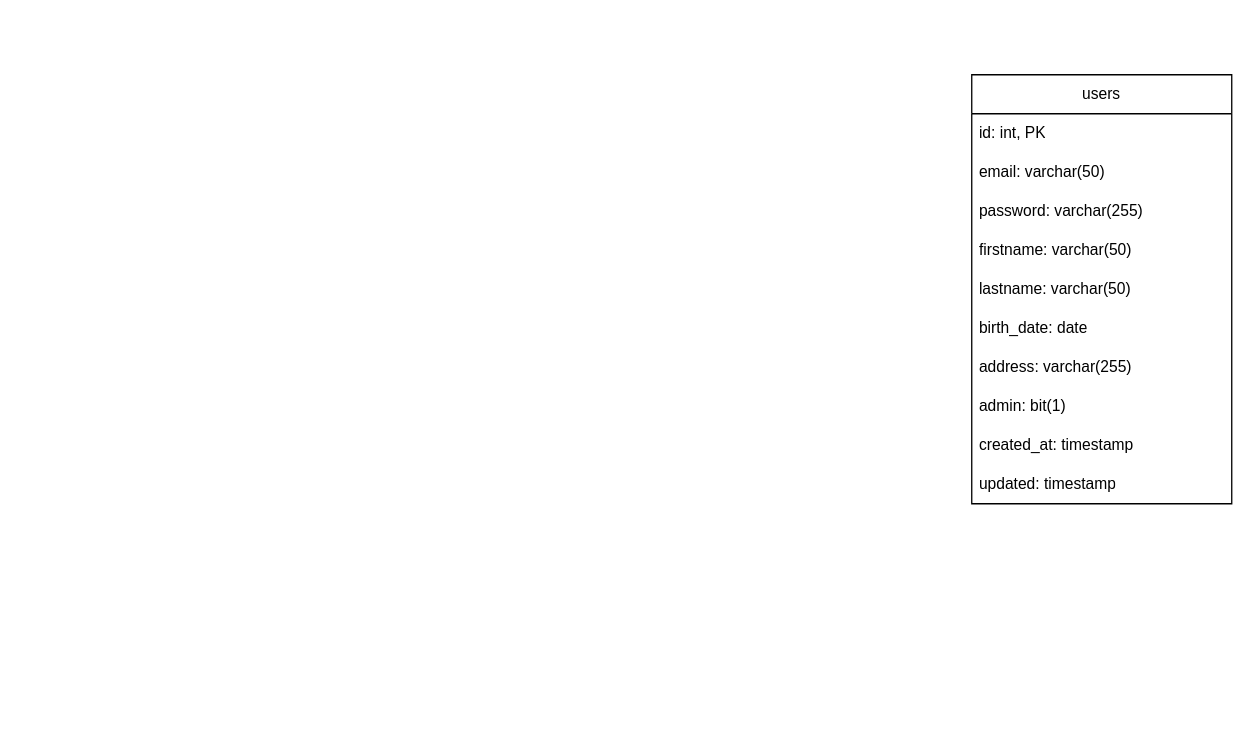
Earlier version of the draw.io diagram MS_Users_POC.drawio (TBERT31/P13-YourCarYourWay_MessageApp_JavaAngular). Source tidied: cells renumbered, new cells numbered last; positions are measured from the earlier drawing's top-left corner, leaving out a move shared by most shapes. Both pictures are drawn from the tidied source at 130%, with x=0, y=0 at pixel (971, 74).
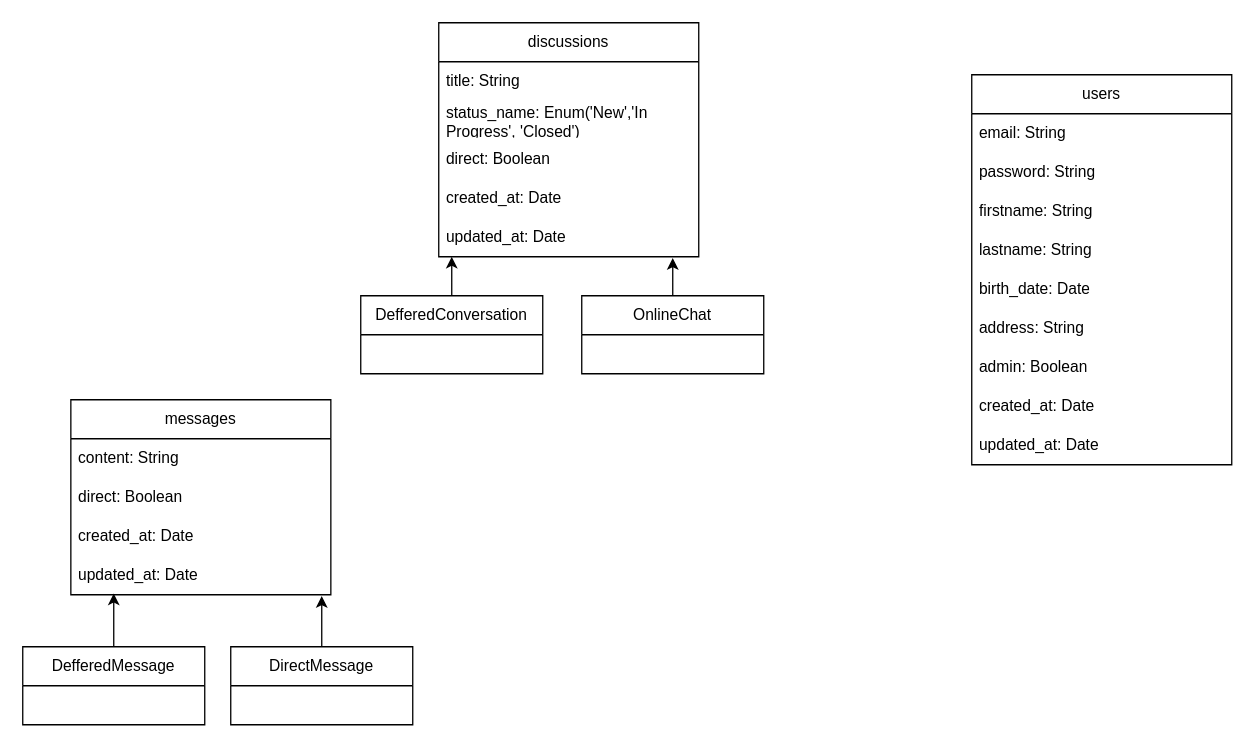
Above is the later version.

Commit message (it also covers changes not shown here):
Mettre à jour MS_Users_POC.drawio

Diff of the diagram source:
```diff
@@
     <mxCell id="2" value="users" style="swimlane;fontStyle=0;horizontal=1;startSize=30;whiteSpace=wrap;html=1;direction=east;" parent="1" vertex="1">
-      <mxGeometry width="200" height="330" as="geometry" />
+      <mxGeometry width="200" height="300" as="geometry" />
     </mxCell>
-    <mxCell id="3" value="id: int, PK" style="text;strokeColor=none;fillColor=none;align=left;verticalAlign=middle;spacingLeft=4;spacingRight=4;overflow=hidden;whiteSpace=wrap;html=1;" parent="2" vertex="1">
-      <mxGeometry y="30" width="200" height="30" as="geometry" />
-    </mxCell>
-    <mxCell id="4" value="email: varchar(50)" style="text;strokeColor=none;fillColor=none;align=left;verticalAlign=middle;spacingLeft=4;spacingRight=4;overflow=hidden;whiteSpace=wrap;html=1;" parent="2" vertex="1">
-      <mxGeometry y="60" width="200" height="30" as="geometry" />
+    <mxCell id="4" value="email: String" style="text;strokeColor=none;fillColor=none;align=left;verticalAlign=middle;spacingLeft=4;spacingRight=4;overflow=hidden;whiteSpace=wrap;html=1;" parent="2" vertex="1">
+      <mxGeometry y="30" width="200" height="30" as="geometry" />
     </mxCell>
-    <mxCell id="5" value="password: varchar(255)" style="text;strokeColor=none;fillColor=none;align=left;verticalAlign=middle;spacingLeft=4;spacingRight=4;overflow=hidden;whiteSpace=wrap;html=1;" parent="2" vertex="1">
-      <mxGeometry y="90" width="200" height="30" as="geometry" />
+    <mxCell id="5" value="password: String" style="text;strokeColor=none;fillColor=none;align=left;verticalAlign=middle;spacingLeft=4;spacingRight=4;overflow=hidden;whiteSpace=wrap;html=1;" parent="2" vertex="1">
+      <mxGeometry y="60" width="200" height="30" as="geometry" />
     </mxCell>
-    <mxCell id="6" value="firstname: varchar(50)" style="text;strokeColor=none;fillColor=none;align=left;verticalAlign=middle;spacingLeft=4;spacingRight=4;overflow=hidden;whiteSpace=wrap;html=1;" parent="2" vertex="1">
-      <mxGeometry y="120" width="200" height="30" as="geometry" />
+    <mxCell id="6" value="firstname: String" style="text;strokeColor=none;fillColor=none;align=left;verticalAlign=middle;spacingLeft=4;spacingRight=4;overflow=hidden;whiteSpace=wrap;html=1;" parent="2" vertex="1">
+      <mxGeometry y="90" width="200" height="30" as="geometry" />
     </mxCell>
-    <mxCell id="7" value="lastname: varchar(50)" style="text;strokeColor=none;fillColor=none;align=left;verticalAlign=middle;spacingLeft=4;spacingRight=4;overflow=hidden;whiteSpace=wrap;html=1;" parent="2" vertex="1">
-      <mxGeometry y="150" width="200" height="30" as="geometry" />
+    <mxCell id="7" value="lastname: String" style="text;strokeColor=none;fillColor=none;align=left;verticalAlign=middle;spacingLeft=4;spacingRight=4;overflow=hidden;whiteSpace=wrap;html=1;" parent="2" vertex="1">
+      <mxGeometry y="120" width="200" height="30" as="geometry" />
     </mxCell>
-    <mxCell id="8" value="birth_date: date" style="text;strokeColor=none;fillColor=none;align=left;verticalAlign=middle;spacingLeft=4;spacingRight=4;overflow=hidden;whiteSpace=wrap;html=1;" parent="2" vertex="1">
-      <mxGeometry y="180" width="200" height="30" as="geometry" />
+    <mxCell id="8" value="birth_date: Date" style="text;strokeColor=none;fillColor=none;align=left;verticalAlign=middle;spacingLeft=4;spacingRight=4;overflow=hidden;whiteSpace=wrap;html=1;" parent="2" vertex="1">
+      <mxGeometry y="150" width="200" height="30" as="geometry" />
     </mxCell>
-    <mxCell id="9" value="address: varchar(255)" style="text;strokeColor=none;fillColor=none;align=left;verticalAlign=middle;spacingLeft=4;spacingRight=4;overflow=hidden;whiteSpace=wrap;html=1;" parent="2" vertex="1">
-      <mxGeometry y="210" width="200" height="30" as="geometry" />
+    <mxCell id="9" value="address: String" style="text;strokeColor=none;fillColor=none;align=left;verticalAlign=middle;spacingLeft=4;spacingRight=4;overflow=hidden;whiteSpace=wrap;html=1;" parent="2" vertex="1">
+      <mxGeometry y="180" width="200" height="30" as="geometry" />
     </mxCell>
-    <mxCell id="10" value="admin: bit(1)" style="text;strokeColor=none;fillColor=none;align=left;verticalAlign=middle;spacingLeft=4;spacingRight=4;overflow=hidden;whiteSpace=wrap;html=1;" parent="2" vertex="1">
-      <mxGeometry y="240" width="200" height="30" as="geometry" />
+    <mxCell id="10" value="admin: Boolean" style="text;strokeColor=none;fillColor=none;align=left;verticalAlign=middle;spacingLeft=4;spacingRight=4;overflow=hidden;whiteSpace=wrap;html=1;" parent="2" vertex="1">
+      <mxGeometry y="210" width="200" height="30" as="geometry" />
     </mxCell>
-    <mxCell id="11" value="created_at: timestamp" style="text;strokeColor=none;fillColor=none;align=left;verticalAlign=middle;spacingLeft=4;spacingRight=4;overflow=hidden;whiteSpace=wrap;html=1;" parent="2" vertex="1">
-      <mxGeometry y="270" width="200" height="30" as="geometry" />
-    </mxCell>
-    <mxCell id="12" value="updated: timestamp" style="text;strokeColor=none;fillColor=none;align=left;verticalAlign=middle;spacingLeft=4;spacingRight=4;overflow=hidden;whiteSpace=wrap;html=1;" parent="2" vertex="1">
-      <mxGeometry y="300" width="200" height="30" as="geometry" />
-    </mxCell>
+    <mxCell id="13" value="created_at: Date" style="text;strokeColor=none;fillColor=none;align=left;verticalAlign=middle;spacingLeft=4;spacingRight=4;overflow=hidden;whiteSpace=wrap;html=1;" parent="2" vertex="1">
+      <mxGeometry y="240" width="200" height="30" as="geometry" />
+    </mxCell>
+    <mxCell id="14" value="updated_at: Date" style="text;strokeColor=none;fillColor=none;align=left;verticalAlign=middle;spacingLeft=4;spacingRight=4;overflow=hidden;whiteSpace=wrap;html=1;" parent="2" vertex="1">
+      <mxGeometry y="270" width="200" height="30" as="geometry" />
+    </mxCell>
+    <mxCell id="15" value="discussions" style="swimlane;fontStyle=0;horizontal=1;startSize=30;whiteSpace=wrap;html=1;direction=east;" parent="1" vertex="1">
+      <mxGeometry x="-410" y="-40" width="200" height="180" as="geometry" />
+    </mxCell>
+    <mxCell id="16" value="title: String" style="text;strokeColor=none;fillColor=none;align=left;verticalAlign=middle;spacingLeft=4;spacingRight=4;overflow=hidden;whiteSpace=wrap;html=1;" parent="15" vertex="1">
+      <mxGeometry y="30" width="200" height="30" as="geometry" />
+    </mxCell>
+    <mxCell id="17" value="status_name: Enum('New','In Progress', 'Closed')" style="text;strokeColor=none;fillColor=none;align=left;verticalAlign=middle;spacingLeft=4;spacingRight=4;overflow=hidden;whiteSpace=wrap;html=1;" parent="15" vertex="1">
+      <mxGeometry y="60" width="200" height="30" as="geometry" />
+    </mxCell>
+    <mxCell id="18" value="direct: Boolean" style="text;strokeColor=none;fillColor=none;align=left;verticalAlign=middle;spacingLeft=4;spacingRight=4;overflow=hidden;whiteSpace=wrap;html=1;" parent="15" vertex="1">
+      <mxGeometry y="90" width="200" height="30" as="geometry" />
+    </mxCell>
+    <mxCell id="19" value="created_at: Date" style="text;strokeColor=none;fillColor=none;align=left;verticalAlign=middle;spacingLeft=4;spacingRight=4;overflow=hidden;whiteSpace=wrap;html=1;" parent="15" vertex="1">
+      <mxGeometry y="120" width="200" height="30" as="geometry" />
+    </mxCell>
+    <mxCell id="20" value="updated_at: Date" style="text;strokeColor=none;fillColor=none;align=left;verticalAlign=middle;spacingLeft=4;spacingRight=4;overflow=hidden;points=[[0,0.5],[1,0.5]];portConstraint=eastwest;whiteSpace=wrap;html=1;" parent="15" vertex="1">
+      <mxGeometry y="150" width="200" height="30" as="geometry" />
+    </mxCell>
+    <mxCell id="21" value="messages" style="swimlane;fontStyle=0;horizontal=1;startSize=30;whiteSpace=wrap;html=1;direction=east;" parent="1" vertex="1">
+      <mxGeometry x="-693" y="250" width="200" height="150" as="geometry" />
+    </mxCell>
+    <mxCell id="22" value="content: String" style="text;strokeColor=none;fillColor=none;align=left;verticalAlign=middle;spacingLeft=4;spacingRight=4;overflow=hidden;whiteSpace=wrap;html=1;" parent="21" vertex="1">
+      <mxGeometry y="30" width="200" height="30" as="geometry" />
+    </mxCell>
+    <mxCell id="23" value="direct: Boolean" style="text;strokeColor=none;fillColor=none;align=left;verticalAlign=middle;spacingLeft=4;spacingRight=4;overflow=hidden;whiteSpace=wrap;html=1;" parent="21" vertex="1">
+      <mxGeometry y="60" width="200" height="30" as="geometry" />
+    </mxCell>
+    <mxCell id="24" value="created_at: Date" style="text;strokeColor=none;fillColor=none;align=left;verticalAlign=middle;spacingLeft=4;spacingRight=4;overflow=hidden;whiteSpace=wrap;html=1;" parent="21" vertex="1">
+      <mxGeometry y="90" width="200" height="30" as="geometry" />
+    </mxCell>
+    <mxCell id="25" value="updated_at: Date" style="text;strokeColor=none;fillColor=none;align=left;verticalAlign=middle;spacingLeft=4;spacingRight=4;overflow=hidden;points=[[0,0.5],[1,0.5]];portConstraint=eastwest;whiteSpace=wrap;html=1;" parent="21" vertex="1">
+      <mxGeometry y="120" width="200" height="30" as="geometry" />
+    </mxCell>
+    <mxCell id="26" value="DirectMessage" style="swimlane;fontStyle=0;horizontal=1;startSize=30;whiteSpace=wrap;html=1;" parent="1" vertex="1">
+      <mxGeometry x="-570" y="440" width="140" height="60" as="geometry" />
+    </mxCell>
+    <mxCell id="27" style="edgeStyle=orthogonalEdgeStyle;rounded=0;jettySize=auto;html=1;entryX=0.965;entryY=1.033;entryDx=0;entryDy=0;entryPerimeter=0;" parent="1" edge="1" source="26" target="25">
+      <mxGeometry relative="1" as="geometry" />
+    </mxCell>
+    <mxCell id="28" value="DefferedMessage" style="swimlane;fontStyle=0;horizontal=1;startSize=30;whiteSpace=wrap;html=1;" parent="1" vertex="1">
+      <mxGeometry x="-730" y="440" width="140" height="60" as="geometry" />
+    </mxCell>
+    <mxCell id="29" style="edgeStyle=orthogonalEdgeStyle;rounded=0;jettySize=auto;html=1;entryX=0.165;entryY=0.967;entryDx=0;entryDy=0;entryPerimeter=0;" parent="1" edge="1" source="28" target="25">
+      <mxGeometry relative="1" as="geometry" />
+    </mxCell>
+    <mxCell id="30" value="OnlineChat" style="swimlane;fontStyle=0;horizontal=1;startSize=30;whiteSpace=wrap;html=1;" parent="1" vertex="1">
+      <mxGeometry x="-300" y="170" width="140" height="60" as="geometry" />
+    </mxCell>
+    <mxCell id="31" value="DefferedConversation" style="swimlane;fontStyle=0;horizontal=1;startSize=30;whiteSpace=wrap;html=1;" parent="1" vertex="1">
+      <mxGeometry x="-470" y="170" width="140" height="60" as="geometry" />
+    </mxCell>
+    <mxCell id="32" style="edgeStyle=orthogonalEdgeStyle;rounded=0;jettySize=auto;html=1;entryX=0.05;entryY=1;entryDx=0;entryDy=0;entryPerimeter=0;" parent="1" edge="1" source="31" target="20">
+      <mxGeometry relative="1" as="geometry" />
+    </mxCell>
+    <mxCell id="33" style="edgeStyle=orthogonalEdgeStyle;rounded=0;jettySize=auto;html=1;entryX=0.9;entryY=1.033;entryDx=0;entryDy=0;entryPerimeter=0;" parent="1" edge="1" source="30" target="20">
+      <mxGeometry relative="1" as="geometry" />
+    </mxCell>
```
